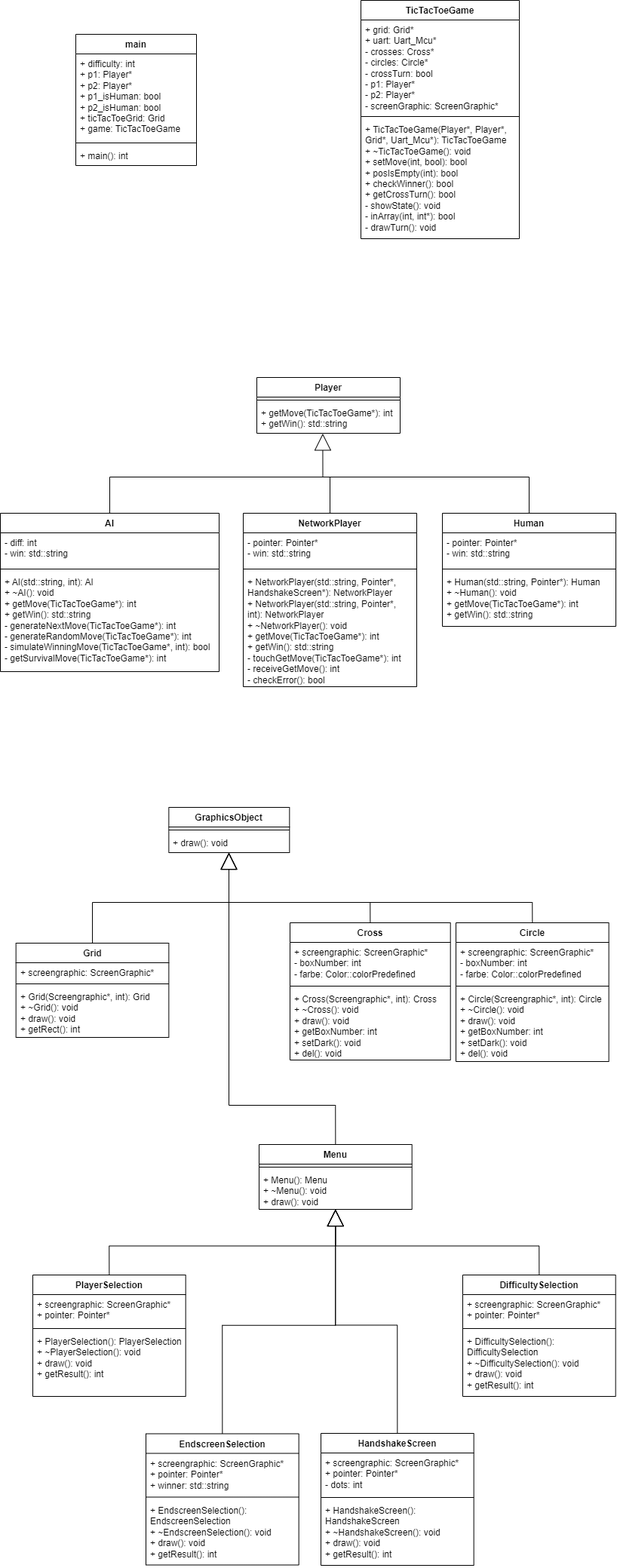
Above: Src/UML.png in Ivolution-dev/TikTakToe (draw.io), before the change. Source tidied: cells renumbered, new cells last; positions are measured from the earlier drawing's top-left corner, leaving out a move shared by most shapes.
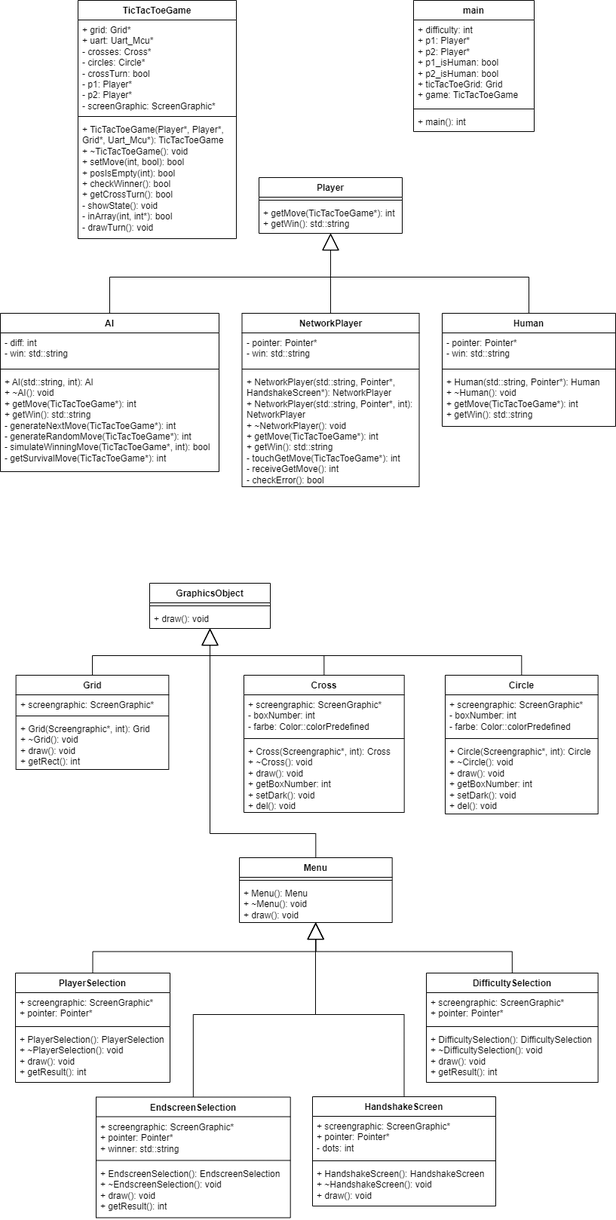
The same file after the commit.

Diff of the diagram source:
```diff
@@ -5,3 +5,3 @@
     <mxCell id="2" value="main" style="swimlane;fontStyle=1;align=center;verticalAlign=top;horizontal=1;startSize=26;whiteSpace=wrap;html=1;" parent="1" vertex="1">
-      <mxGeometry x="100" y="45" width="160" height="174" as="geometry" />
+      <mxGeometry x="548" y="-10" width="160" height="174" as="geometry" />
     </mxCell>
@@ -17,3 +17,3 @@
     <mxCell id="6" value="GraphicsObject" style="swimlane;fontStyle=1;align=center;verticalAlign=top;horizontal=1;startSize=26;whiteSpace=wrap;html=1;" parent="1" vertex="1">
-      <mxGeometry x="223.3" y="1070" width="160" height="60" as="geometry" />
+      <mxGeometry x="198" y="763" width="160" height="60" as="geometry" />
     </mxCell>
@@ -26,11 +26,6 @@
     <mxCell id="9" style="edgeStyle=orthogonalEdgeStyle;rounded=0;jettySize=auto;html=1;exitX=0.5;exitY=0;exitDx=0;exitDy=0;endArrow=block;endFill=0;endSize=20;" parent="1" edge="1" source="10" target="6">
-      <mxGeometry relative="1" as="geometry">
-        <Array as="points">
-          <mxPoint x="490" y="1196" />
-          <mxPoint x="303" y="1196" />
-        </Array>
-      </mxGeometry>
+      <mxGeometry relative="1" as="geometry" />
     </mxCell>
     <mxCell id="10" value="Cross" style="swimlane;fontStyle=1;align=center;verticalAlign=top;horizontal=1;startSize=26;whiteSpace=wrap;html=1;" parent="1" vertex="1">
-      <mxGeometry x="384" y="1223" width="212.7" height="182" as="geometry" />
+      <mxGeometry x="323" y="885" width="212.7" height="182" as="geometry" />
     </mxCell>
@@ -46,11 +41,6 @@
     <mxCell id="14" style="edgeStyle=orthogonalEdgeStyle;rounded=0;jettySize=auto;html=1;exitX=0.5;exitY=0;exitDx=0;exitDy=0;endArrow=block;endFill=0;endSize=20;" parent="1" edge="1" source="15" target="6">
-      <mxGeometry relative="1" as="geometry">
-        <Array as="points">
-          <mxPoint x="705" y="1196" />
-          <mxPoint x="303" y="1196" />
-        </Array>
-      </mxGeometry>
+      <mxGeometry relative="1" as="geometry" />
     </mxCell>
     <mxCell id="15" value="Circle" style="swimlane;fontStyle=1;align=center;verticalAlign=top;horizontal=1;startSize=26;whiteSpace=wrap;html=1;" parent="1" vertex="1">
-      <mxGeometry x="604" y="1223" width="202.7" height="184" as="geometry" />
+      <mxGeometry x="590" y="885" width="202.7" height="184" as="geometry" />
     </mxCell>
@@ -66,11 +56,6 @@
     <mxCell id="19" style="edgeStyle=orthogonalEdgeStyle;rounded=0;jettySize=auto;html=1;exitX=0.5;exitY=0;exitDx=0;exitDy=0;endArrow=block;endFill=0;endSize=20;" parent="1" edge="1" source="20" target="6">
-      <mxGeometry relative="1" as="geometry">
-        <Array as="points">
-          <mxPoint x="122" y="1196" />
-          <mxPoint x="303" y="1196" />
-        </Array>
-      </mxGeometry>
+      <mxGeometry relative="1" as="geometry" />
     </mxCell>
     <mxCell id="20" value="Grid" style="swimlane;fontStyle=1;align=center;verticalAlign=top;horizontal=1;startSize=26;whiteSpace=wrap;html=1;" parent="1" vertex="1">
-      <mxGeometry x="20.7" y="1250" width="202.7" height="125" as="geometry" />
+      <mxGeometry x="20.7" y="885" width="202.7" height="125" as="geometry" />
     </mxCell>
@@ -86,3 +71,3 @@
     <mxCell id="24" value="Player" style="swimlane;fontStyle=1;align=center;verticalAlign=top;horizontal=1;startSize=26;whiteSpace=wrap;html=1;" parent="1" vertex="1">
-      <mxGeometry x="340" y="500" width="190" height="74" as="geometry" />
+      <mxGeometry x="343" y="225" width="190" height="74" as="geometry" />
     </mxCell>
@@ -94,4 +79,7 @@
     </mxCell>
+    <mxCell id="70" style="edgeStyle=orthogonalEdgeStyle;rounded=0;jettySize=auto;html=1;exitX=0.5;exitY=0;exitDx=0;exitDy=0;endArrow=block;endFill=0;endSize=20;" parent="1" edge="1" source="27" target="24">
+      <mxGeometry relative="1" as="geometry" />
+    </mxCell>
     <mxCell id="27" value="Human" style="swimlane;fontStyle=1;align=center;verticalAlign=top;horizontal=1;startSize=26;whiteSpace=wrap;html=1;" parent="1" vertex="1">
-      <mxGeometry x="586" y="680" width="230" height="150" as="geometry" />
+      <mxGeometry x="586" y="405" width="230" height="150" as="geometry" />
     </mxCell>
@@ -106,13 +94,7 @@
     </mxCell>
-    <mxCell id="31" style="edgeStyle=orthogonalEdgeStyle;rounded=0;jettySize=auto;html=1;exitX=0.5;exitY=0;exitDx=0;exitDy=0;endArrow=none;endFill=0;" parent="1" edge="1" source="32">
-      <mxGeometry relative="1" as="geometry">
-        <mxPoint x="428" y="632" as="targetPoint" />
-        <Array as="points">
-          <mxPoint x="145" y="632" />
-          <mxPoint x="428" y="632" />
-        </Array>
-      </mxGeometry>
-    </mxCell>
+    <mxCell id="71" style="edgeStyle=orthogonalEdgeStyle;rounded=0;jettySize=auto;html=1;exitX=0.5;exitY=0;exitDx=0;exitDy=0;endArrow=block;endFill=0;endSize=20;" parent="1" edge="1" source="32" target="24">
+      <mxGeometry relative="1" as="geometry" />
+    </mxCell>
     <mxCell id="32" value="AI" style="swimlane;fontStyle=1;align=center;verticalAlign=top;horizontal=1;startSize=26;whiteSpace=wrap;html=1;" parent="1" vertex="1">
-      <mxGeometry y="680" width="290" height="210" as="geometry" />
+      <mxGeometry y="405" width="290" height="210" as="geometry" />
     </mxCell>
@@ -128,3 +110,3 @@
     <mxCell id="36" value="TicTacToeGame" style="swimlane;fontStyle=1;align=center;verticalAlign=top;horizontal=1;startSize=26;whiteSpace=wrap;html=1;" parent="1" vertex="1">
-      <mxGeometry x="478" width="210" height="316" as="geometry" />
+      <mxGeometry x="103" y="-10" width="210" height="316" as="geometry" />
     </mxCell>
@@ -139,22 +121,16 @@
     </mxCell>
-    <mxCell id="40" style="edgeStyle=orthogonalEdgeStyle;rounded=0;jettySize=auto;html=1;endArrow=none;endFill=0;" parent="1" edge="1" source="41">
-      <mxGeometry relative="1" as="geometry">
-        <mxPoint x="398" y="632" as="targetPoint" />
-        <Array as="points">
-          <mxPoint x="437" y="632" />
-          <mxPoint x="398" y="632" />
-        </Array>
-      </mxGeometry>
-    </mxCell>
+    <mxCell id="72" style="edgeStyle=orthogonalEdgeStyle;rounded=0;jettySize=auto;html=1;exitX=0.5;exitY=0;exitDx=0;exitDy=0;endArrow=block;endFill=0;endSize=20;" parent="1" edge="1" source="41" target="24">
+      <mxGeometry relative="1" as="geometry" />
+    </mxCell>
     <mxCell id="41" value="NetworkPlayer" style="swimlane;fontStyle=1;align=center;verticalAlign=top;horizontal=1;startSize=26;whiteSpace=wrap;html=1;" parent="1" vertex="1">
-      <mxGeometry x="322" y="680" width="230" height="230" as="geometry" />
+      <mxGeometry x="320.5" y="405" width="235" height="230" as="geometry" />
     </mxCell>
     <mxCell id="42" value="&lt;div&gt;- pointer: Pointer*&lt;/div&gt;&lt;div&gt;- win: std::string&lt;br&gt;&lt;/div&gt;" style="text;strokeColor=none;fillColor=none;align=left;verticalAlign=top;spacingLeft=4;spacingRight=4;overflow=hidden;whiteSpace=wrap;html=1;" parent="41" vertex="1">
-      <mxGeometry y="26" width="230" height="44" as="geometry" />
+      <mxGeometry y="26" width="235" height="44" as="geometry" />
     </mxCell>
     <mxCell id="43" style="line;strokeWidth=1;fillColor=none;align=left;verticalAlign=middle;spacingTop=-1;spacingLeft=3;spacingRight=3;labelPosition=right;strokeColor=inherit;" parent="41" vertex="1">
-      <mxGeometry y="70" width="230" height="8" as="geometry" />
+      <mxGeometry y="70" width="235" height="8" as="geometry" />
     </mxCell>
     <mxCell id="44" value="&lt;div&gt;+ NetworkPlayer(std::string, Pointer*, HandshakeScreen*): NetworkPlayer&lt;/div&gt;&lt;div&gt;+&amp;nbsp;NetworkPlayer(std::string, Pointer*, int): NetworkPlayer&lt;/div&gt;&lt;div&gt;+ ~NetworkPlayer(): void&lt;br&gt;&lt;/div&gt;&lt;div&gt;+ getMove(TicTacToeGame*): int&lt;/div&gt;&lt;div&gt;+ getWin(): std::string&lt;/div&gt;&lt;div&gt;- touchGetMove(TicTacToeGame*): int&lt;/div&gt;&lt;div&gt;- receiveGetMove(): int&lt;br&gt;&lt;/div&gt;&lt;div&gt;- checkError(): bool&lt;br&gt;&lt;/div&gt;" style="text;strokeColor=none;fillColor=none;align=left;verticalAlign=top;spacingLeft=4;spacingRight=4;overflow=hidden;whiteSpace=wrap;html=1;" parent="41" vertex="1">
-      <mxGeometry y="78" width="230" height="152" as="geometry" />
+      <mxGeometry y="78" width="235" height="152" as="geometry" />
     </mxCell>
@@ -163,4 +139,4 @@
         <Array as="points">
-          <mxPoint x="444" y="1465" />
-          <mxPoint x="303" y="1465" />
+          <mxPoint x="418" y="1095" />
+          <mxPoint x="278" y="1095" />
         </Array>
@@ -169,3 +145,3 @@
     <mxCell id="46" value="Menu" style="swimlane;fontStyle=1;align=center;verticalAlign=top;horizontal=1;startSize=26;whiteSpace=wrap;html=1;" parent="1" vertex="1">
-      <mxGeometry x="343" y="1517" width="202.7" height="86" as="geometry" />
+      <mxGeometry x="317" y="1127" width="202.7" height="86" as="geometry" />
     </mxCell>
@@ -181,12 +157,12 @@
     <mxCell id="50" value="PlayerSelection" style="swimlane;fontStyle=1;align=center;verticalAlign=top;horizontal=1;startSize=26;whiteSpace=wrap;html=1;" parent="1" vertex="1">
-      <mxGeometry x="43" y="1690" width="202.7" height="161" as="geometry" />
+      <mxGeometry x="20" y="1280" width="205" height="145" as="geometry" />
     </mxCell>
     <mxCell id="51" value="&lt;div&gt;+ screengraphic: ScreenGraphic*&lt;/div&gt;&lt;div&gt;+ pointer: Pointer*&lt;br&gt;&lt;/div&gt;" style="text;strokeColor=none;fillColor=none;align=left;verticalAlign=top;spacingLeft=4;spacingRight=4;overflow=hidden;whiteSpace=wrap;html=1;" parent="50" vertex="1">
-      <mxGeometry y="26" width="202.7" height="41" as="geometry" />
+      <mxGeometry y="26" width="205" height="41" as="geometry" />
     </mxCell>
     <mxCell id="52" style="line;strokeWidth=1;fillColor=none;align=left;verticalAlign=middle;spacingTop=-1;spacingLeft=3;spacingRight=3;labelPosition=right;strokeColor=inherit;" parent="50" vertex="1">
-      <mxGeometry y="67" width="202.7" height="8" as="geometry" />
+      <mxGeometry y="67" width="205" height="8" as="geometry" />
     </mxCell>
     <mxCell id="53" value="&lt;div&gt;+&amp;nbsp;PlayerSelection(): PlayerSelection&lt;/div&gt;&lt;div&gt;+ ~PlayerSelection(): void&lt;br&gt;&lt;/div&gt;&lt;div&gt;+ draw(): void&lt;/div&gt;&lt;div&gt;+ getResult(): int&lt;br&gt;&lt;/div&gt;" style="text;strokeColor=none;fillColor=none;align=left;verticalAlign=top;spacingLeft=4;spacingRight=4;overflow=hidden;whiteSpace=wrap;html=1;" parent="50" vertex="1">
-      <mxGeometry y="75" width="202.7" height="86" as="geometry" />
+      <mxGeometry y="75" width="205" height="70" as="geometry" />
     </mxCell>
@@ -196,51 +172,53 @@
     <mxCell id="55" value="DifficultySelection" style="swimlane;fontStyle=1;align=center;verticalAlign=top;horizontal=1;startSize=26;whiteSpace=wrap;html=1;" parent="1" vertex="1">
-      <mxGeometry x="613" y="1690" width="202.7" height="161" as="geometry" />
+      <mxGeometry x="565" y="1280" width="227.7" height="145" as="geometry" />
     </mxCell>
     <mxCell id="56" value="&lt;div&gt;+ screengraphic: ScreenGraphic*&lt;/div&gt;&lt;div&gt;+ pointer: Pointer*&lt;br&gt;&lt;/div&gt;" style="text;strokeColor=none;fillColor=none;align=left;verticalAlign=top;spacingLeft=4;spacingRight=4;overflow=hidden;whiteSpace=wrap;html=1;" parent="55" vertex="1">
-      <mxGeometry y="26" width="202.7" height="41" as="geometry" />
+      <mxGeometry y="26" width="227.7" height="41" as="geometry" />
     </mxCell>
     <mxCell id="57" style="line;strokeWidth=1;fillColor=none;align=left;verticalAlign=middle;spacingTop=-1;spacingLeft=3;spacingRight=3;labelPosition=right;strokeColor=inherit;" parent="55" vertex="1">
-      <mxGeometry y="67" width="202.7" height="8" as="geometry" />
+      <mxGeometry y="67" width="227.7" height="8" as="geometry" />
     </mxCell>
     <mxCell id="58" value="&lt;div&gt;+&amp;nbsp;DifficultySelection(): DifficultySelection&lt;/div&gt;&lt;div&gt;+ ~DifficultySelection(): void&lt;br&gt;&lt;/div&gt;&lt;div&gt;+ draw(): void&lt;/div&gt;&lt;div&gt;+ getResult(): int&lt;br&gt;&lt;/div&gt;" style="text;strokeColor=none;fillColor=none;align=left;verticalAlign=top;spacingLeft=4;spacingRight=4;overflow=hidden;whiteSpace=wrap;html=1;" parent="55" vertex="1">
-      <mxGeometry y="75" width="202.7" height="86" as="geometry" />
+      <mxGeometry y="75" width="227.7" height="70" as="geometry" />
     </mxCell>
     <mxCell id="59" style="edgeStyle=orthogonalEdgeStyle;rounded=0;jettySize=auto;html=1;exitX=0.5;exitY=0;exitDx=0;exitDy=0;endArrow=block;endFill=0;endSize=20;" parent="1" edge="1" source="60" target="46">
-      <mxGeometry relative="1" as="geometry" />
+      <mxGeometry relative="1" as="geometry">
+        <Array as="points">
+          <mxPoint x="256" y="1335" />
+          <mxPoint x="418" y="1335" />
+        </Array>
+      </mxGeometry>
     </mxCell>
     <mxCell id="60" value="EndscreenSelection" style="swimlane;fontStyle=1;align=center;verticalAlign=top;horizontal=1;startSize=26;whiteSpace=wrap;html=1;" parent="1" vertex="1">
-      <mxGeometry x="193" y="1900.5" width="202.7" height="174" as="geometry" />
+      <mxGeometry x="127" y="1444.5" width="257.7" height="160" as="geometry" />
     </mxCell>
     <mxCell id="61" value="&lt;div&gt;+ screengraphic: ScreenGraphic*&lt;/div&gt;&lt;div&gt;+ pointer: Pointer*&lt;br&gt;&lt;/div&gt;&lt;div&gt;+ winner: std::string&lt;br&gt;&lt;/div&gt;" style="text;strokeColor=none;fillColor=none;align=left;verticalAlign=top;spacingLeft=4;spacingRight=4;overflow=hidden;whiteSpace=wrap;html=1;" parent="60" vertex="1">
-      <mxGeometry y="26" width="202.7" height="54" as="geometry" />
+      <mxGeometry y="26" width="257.7" height="54" as="geometry" />
     </mxCell>
     <mxCell id="62" style="line;strokeWidth=1;fillColor=none;align=left;verticalAlign=middle;spacingTop=-1;spacingLeft=3;spacingRight=3;labelPosition=right;strokeColor=inherit;" parent="60" vertex="1">
-      <mxGeometry y="80" width="202.7" height="8" as="geometry" />
+      <mxGeometry y="80" width="257.7" height="8" as="geometry" />
     </mxCell>
     <mxCell id="63" value="&lt;div&gt;+&amp;nbsp;EndscreenSelection(): EndscreenSelection&lt;/div&gt;&lt;div&gt;+ ~EndscreenSelection(): void&lt;br&gt;&lt;/div&gt;&lt;div&gt;+ draw(): void&lt;/div&gt;&lt;div&gt;+ getResult(): int&lt;br&gt;&lt;/div&gt;" style="text;strokeColor=none;fillColor=none;align=left;verticalAlign=top;spacingLeft=4;spacingRight=4;overflow=hidden;whiteSpace=wrap;html=1;" parent="60" vertex="1">
-      <mxGeometry y="88" width="202.7" height="86" as="geometry" />
+      <mxGeometry y="88" width="257.7" height="72" as="geometry" />
     </mxCell>
     <mxCell id="64" style="edgeStyle=orthogonalEdgeStyle;rounded=0;jettySize=auto;html=1;exitX=0.5;exitY=0;exitDx=0;exitDy=0;endArrow=block;endFill=0;endSize=20;" parent="1" edge="1" source="65" target="46">
-      <mxGeometry relative="1" as="geometry" />
+      <mxGeometry relative="1" as="geometry">
+        <Array as="points">
+          <mxPoint x="536" y="1335" />
+          <mxPoint x="418" y="1335" />
+        </Array>
+      </mxGeometry>
     </mxCell>
     <mxCell id="65" value="HandshakeScreen" style="swimlane;fontStyle=1;align=center;verticalAlign=top;horizontal=1;startSize=26;whiteSpace=wrap;html=1;" parent="1" vertex="1">
-      <mxGeometry x="425" y="1900" width="202.7" height="175" as="geometry" />
+      <mxGeometry x="414" y="1444" width="243" height="145" as="geometry" />
     </mxCell>
     <mxCell id="66" value="&lt;div&gt;+ screengraphic: ScreenGraphic*&lt;/div&gt;&lt;div&gt;+ pointer: Pointer*&lt;br&gt;&lt;/div&gt;&lt;div&gt;- dots: int&lt;br&gt;&lt;/div&gt;" style="text;strokeColor=none;fillColor=none;align=left;verticalAlign=top;spacingLeft=4;spacingRight=4;overflow=hidden;whiteSpace=wrap;html=1;" parent="65" vertex="1">
-      <mxGeometry y="26" width="202.7" height="55" as="geometry" />
+      <mxGeometry y="26" width="243" height="55" as="geometry" />
     </mxCell>
     <mxCell id="67" style="line;strokeWidth=1;fillColor=none;align=left;verticalAlign=middle;spacingTop=-1;spacingLeft=3;spacingRight=3;labelPosition=right;strokeColor=inherit;" parent="65" vertex="1">
-      <mxGeometry y="81" width="202.7" height="8" as="geometry" />
+      <mxGeometry y="81" width="243" height="8" as="geometry" />
     </mxCell>
-    <mxCell id="68" value="&lt;div&gt;+&amp;nbsp;HandshakeScreen(): HandshakeScreen&lt;/div&gt;&lt;div&gt;+ ~HandshakeScreen(): void&lt;br&gt;&lt;/div&gt;&lt;div&gt;+ draw(): void&lt;/div&gt;&lt;div&gt;+ getResult(): int&lt;br&gt;&lt;/div&gt;" style="text;strokeColor=none;fillColor=none;align=left;verticalAlign=top;spacingLeft=4;spacingRight=4;overflow=hidden;whiteSpace=wrap;html=1;" parent="65" vertex="1">
-      <mxGeometry y="89" width="202.7" height="86" as="geometry" />
+    <mxCell id="68" value="&lt;div&gt;+&amp;nbsp;HandshakeScreen(): HandshakeScreen&lt;/div&gt;&lt;div&gt;+ ~HandshakeScreen(): void&lt;br&gt;&lt;/div&gt;&lt;div&gt;+ draw(): void&lt;/div&gt;" style="text;strokeColor=none;fillColor=none;align=left;verticalAlign=top;spacingLeft=4;spacingRight=4;overflow=hidden;whiteSpace=wrap;html=1;" parent="65" vertex="1">
+      <mxGeometry y="89" width="243" height="56" as="geometry" />
     </mxCell>
-    <mxCell id="69" style="edgeStyle=orthogonalEdgeStyle;rounded=0;jettySize=auto;html=1;entryX=0.46;entryY=1.009;entryDx=0;entryDy=0;entryPerimeter=0;endArrow=block;endFill=0;endSize=20;" parent="1" edge="1" source="27" target="26">
-      <mxGeometry relative="1" as="geometry">
-        <Array as="points">
-          <mxPoint x="701" y="632" />
-          <mxPoint x="427" y="632" />
-        </Array>
-      </mxGeometry>
-    </mxCell>
   </root>
```
